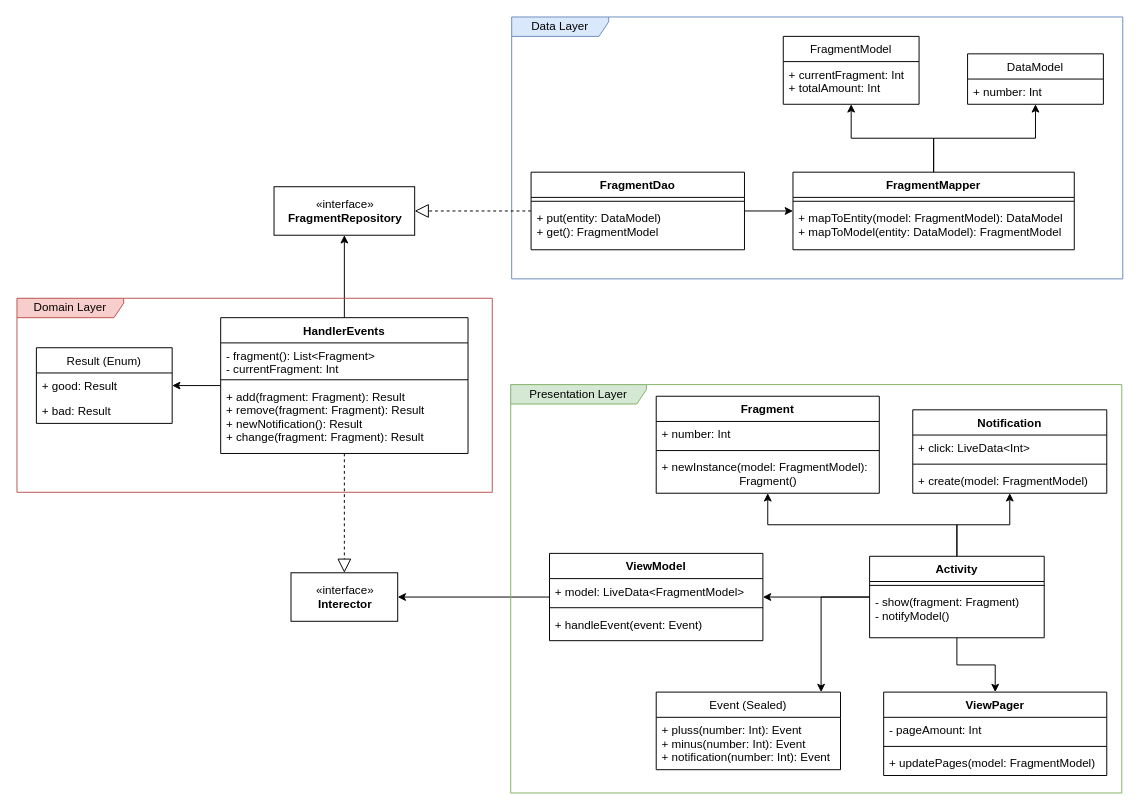
The draw.io diagram swiper.drawio in trilko/swiper, before the edit. Source tidied: cells renumbered, new cells numbered last; positions are measured from the earlier drawing's top-left corner, leaving out a move shared by most shapes. Both pictures are drawn from the tidied source at 97%, with x=0, y=0 at pixel (16, 16).
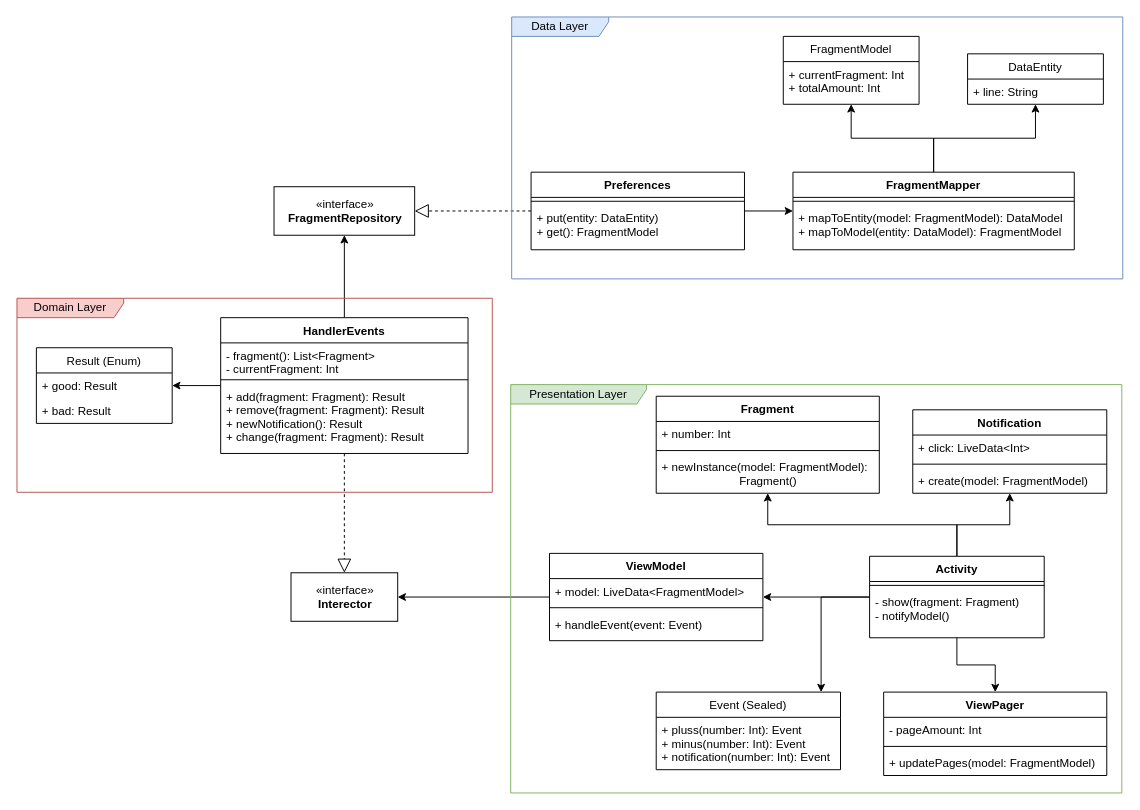
The same page after the edit.

The edit, as a diff of the source:
```diff
@@
-    <mxCell id="14" value="FragmentDao" style="swimlane;fontStyle=1;align=center;verticalAlign=top;horizontal=1;startSize=26;" parent="1" vertex="1">
+    <mxCell id="14" value="Preferences" style="swimlane;fontStyle=1;align=center;verticalAlign=top;horizontal=1;startSize=26;" parent="1" vertex="1">
       <mxGeometry x="530" y="160" width="220" height="80" as="geometry" />
     </mxCell>
@@
-    <mxCell id="16" value="+ put(entity: DataModel)&#10;+ get(): FragmentModel" style="text;strokeColor=none;fillColor=none;align=left;verticalAlign=top;spacingLeft=4;spacingRight=4;overflow=hidden;" parent="14" vertex="1">
+    <mxCell id="16" value="+ put(entity: DataEntity)&#10;+ get(): FragmentModel" style="text;strokeColor=none;fillColor=none;align=left;verticalAlign=top;spacingLeft=4;spacingRight=4;overflow=hidden;" parent="14" vertex="1">
       <mxGeometry y="34" width="220" height="46" as="geometry" />
     </mxCell>
@@
-    <mxCell id="33" value="DataModel" style="swimlane;fontStyle=0;horizontal=1;startSize=26;fillColor=none;" parent="1" vertex="1">
+    <mxCell id="33" value="DataEntity" style="swimlane;fontStyle=0;horizontal=1;startSize=26;fillColor=none;" parent="1" vertex="1">
       <mxGeometry x="980" y="38" width="140" height="52" as="geometry" />
     </mxCell>
-    <mxCell id="34" value="+ number: Int" style="text;strokeColor=none;fillColor=none;align=left;verticalAlign=top;spacingLeft=4;spacingRight=4;overflow=hidden;" parent="33" vertex="1">
+    <mxCell id="34" value="+ line: String" style="text;strokeColor=none;fillColor=none;align=left;verticalAlign=top;spacingLeft=4;spacingRight=4;overflow=hidden;" parent="33" vertex="1">
       <mxGeometry y="26" width="140" height="26" as="geometry" />
     </mxCell>
-    <mxCell id="35" value="Data Layer" style="shape=umlFrame;whiteSpace=wrap;html=1;width=100;height=20;fillColor=#dae8fc;strokeColor=#6c8ebf;" parent="1" vertex="1">
-      <mxGeometry x="510" width="630" height="270" as="geometry" />
-    </mxCell>
@@
+    <mxCell id="35" value="Data Layer" style="shape=umlFrame;whiteSpace=wrap;html=1;width=100;height=20;fillColor=#dae8fc;strokeColor=#6c8ebf;" parent="1" vertex="1">
+      <mxGeometry x="510" width="630" height="270" as="geometry" />
+    </mxCell>
```
